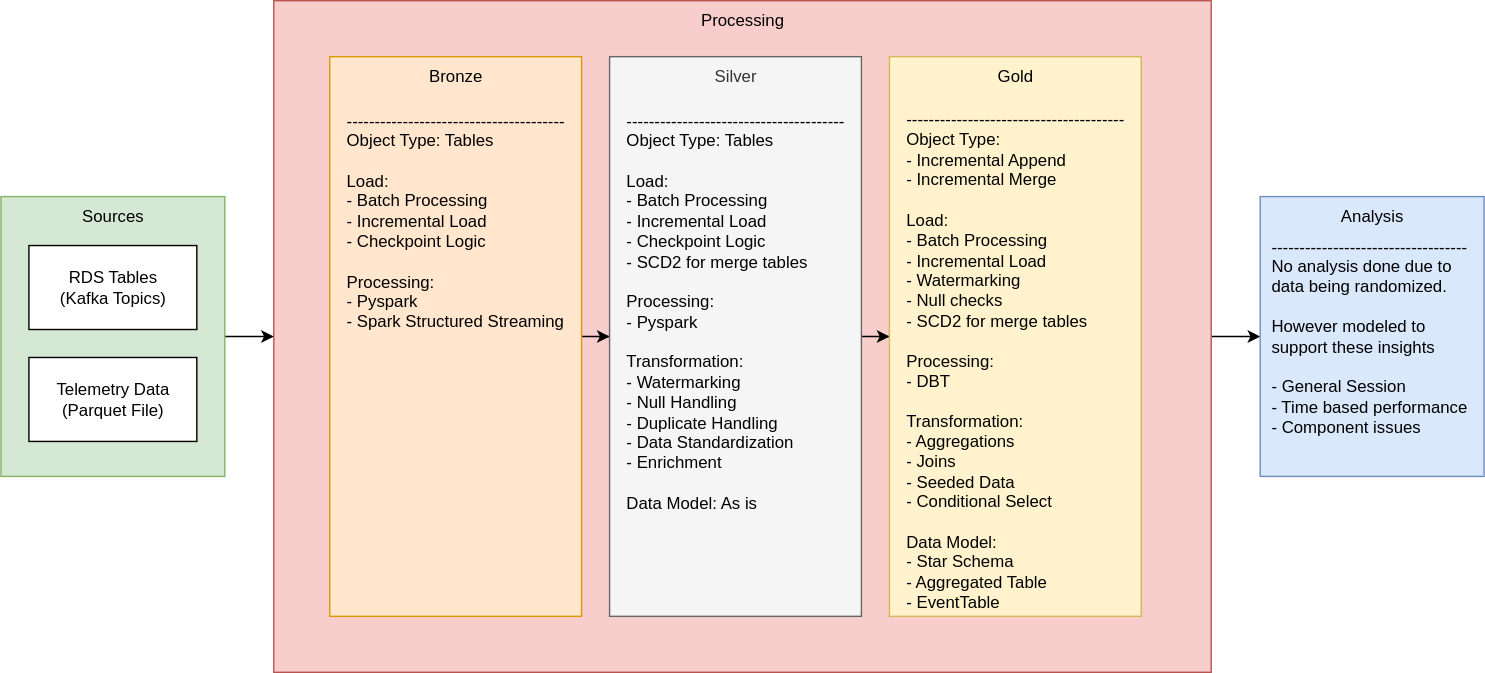
This is docs/Data_Architecture.svg from dogaha/motorsport, a draw.io export, as it was before one commit. Source tidied: cells renumbered, new cells last; positions are measured from the earlier drawing's top-left corner, leaving out a move shared by most shapes.
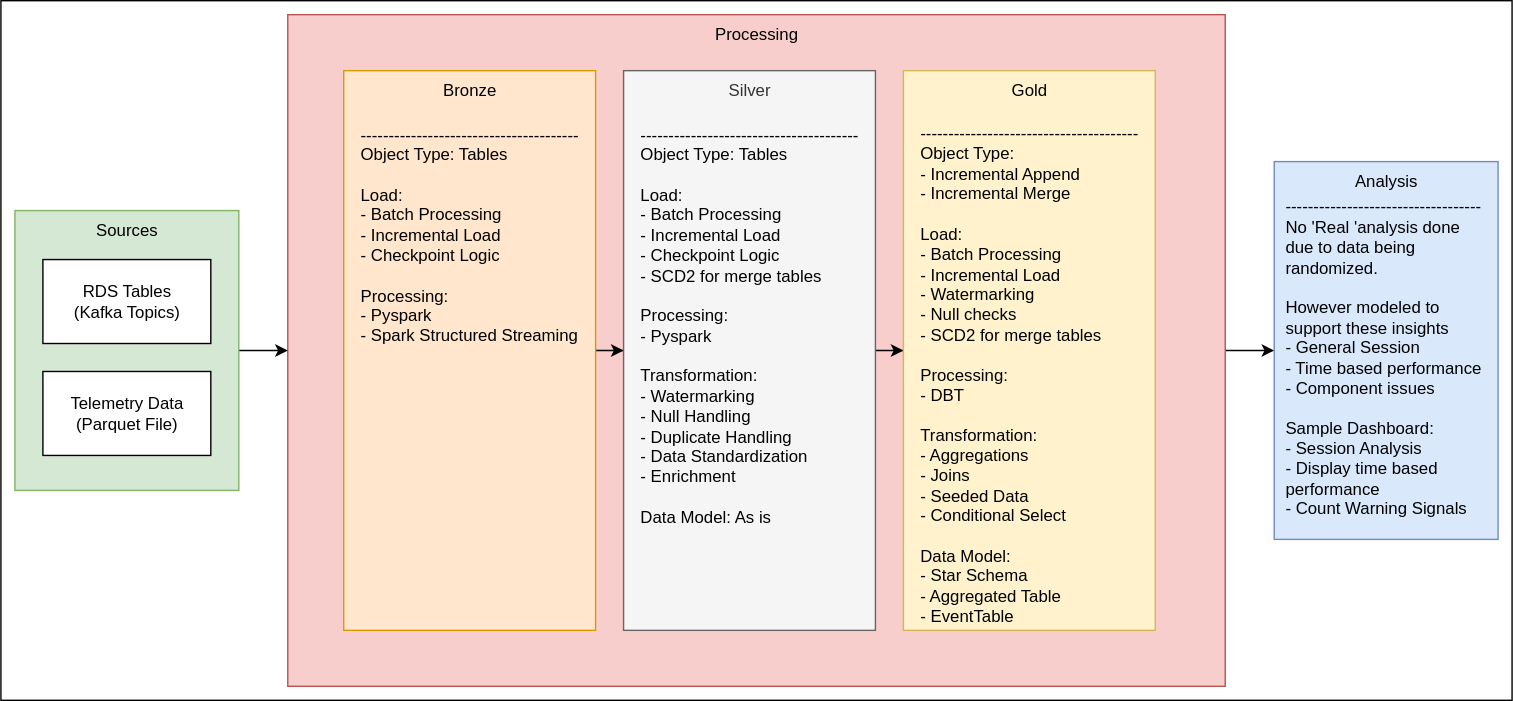
The same diagram one commit later.

Commit message:
dashbaord updates to read me and update to architecture

Change to the diagram source:
```diff
@@ -2,6 +2,9 @@
   <root>
     <mxCell id="0" />
     <mxCell id="1" parent="0" />
+    <mxCell id="18" style="rounded=0;whiteSpace=wrap;html=1;" parent="1" vertex="1">
+      <mxGeometry x="-10" y="-10" width="1080" height="500" as="geometry" />
+    </mxCell>
     <mxCell id="2" style="edgeStyle=orthogonalEdgeStyle;rounded=0;jettySize=auto;html=1;entryX=0;entryY=0.5;entryDx=0;entryDy=0;" parent="1" edge="1" source="3" target="16">
       <mxGeometry relative="1" as="geometry" />
     </mxCell>
@@ -45,10 +48,10 @@
       <mxGeometry x="645" y="175" width="160" height="150" as="geometry" />
     </mxCell>
     <mxCell id="16" value="Analysis" style="fillColor=#dae8fc;strokeColor=#6c8ebf;verticalAlign=top;fontStyle=0;whiteSpace=wrap;html=1;" parent="1" vertex="1">
-      <mxGeometry x="900" y="140" width="160" height="200" as="geometry" />
+      <mxGeometry x="900" y="105" width="160" height="270" as="geometry" />
     </mxCell>
-    <mxCell id="17" value="&lt;div&gt;-----------------------------------&lt;/div&gt;&lt;div&gt;&lt;span style=&quot;background-color: transparent; color: light-dark(rgb(0, 0, 0), rgb(255, 255, 255));&quot;&gt;No analysis done due to data being randomized.&lt;/span&gt;&lt;/div&gt;&lt;div&gt;&lt;br&gt;&lt;/div&gt;&lt;div&gt;However modeled to support these insights&lt;/div&gt;&lt;div&gt;&lt;br&gt;&lt;/div&gt;&lt;div&gt;- General Session&lt;/div&gt;&lt;div&gt;&lt;div&gt;- Time based performance&lt;/div&gt;&lt;div&gt;- Component issues&lt;/div&gt;&lt;/div&gt;" style="text;html=1;align=left;verticalAlign=middle;whiteSpace=wrap;rounded=0;" parent="1" vertex="1">
-      <mxGeometry x="906.2" y="160" width="147.5" height="160" as="geometry" />
+    <mxCell id="17" value="&lt;div&gt;-----------------------------------&lt;/div&gt;&lt;div&gt;&lt;span style=&quot;background-color: transparent; color: light-dark(rgb(0, 0, 0), rgb(255, 255, 255));&quot;&gt;No 'Real 'analysis done due to data being randomized.&lt;/span&gt;&lt;/div&gt;&lt;div&gt;&lt;br&gt;&lt;/div&gt;&lt;div&gt;However modeled to support these insights&lt;/div&gt;&lt;div&gt;- General Session&lt;/div&gt;&lt;div&gt;&lt;div&gt;- Time based performance&lt;/div&gt;&lt;div&gt;- Component issues&lt;/div&gt;&lt;/div&gt;&lt;div&gt;&lt;br&gt;&lt;/div&gt;&lt;div&gt;Sample Dashboard:&lt;/div&gt;&lt;div&gt;- Session Analysis&lt;/div&gt;&lt;div&gt;- Display time based performance&lt;/div&gt;&lt;div&gt;- Count Warning Signals&lt;/div&gt;" style="text;html=1;align=left;verticalAlign=middle;whiteSpace=wrap;rounded=0;" parent="1" vertex="1">
+      <mxGeometry x="906.2" y="165" width="147.5" height="160" as="geometry" />
     </mxCell>
   </root>
 </mxGraphModel>
```
